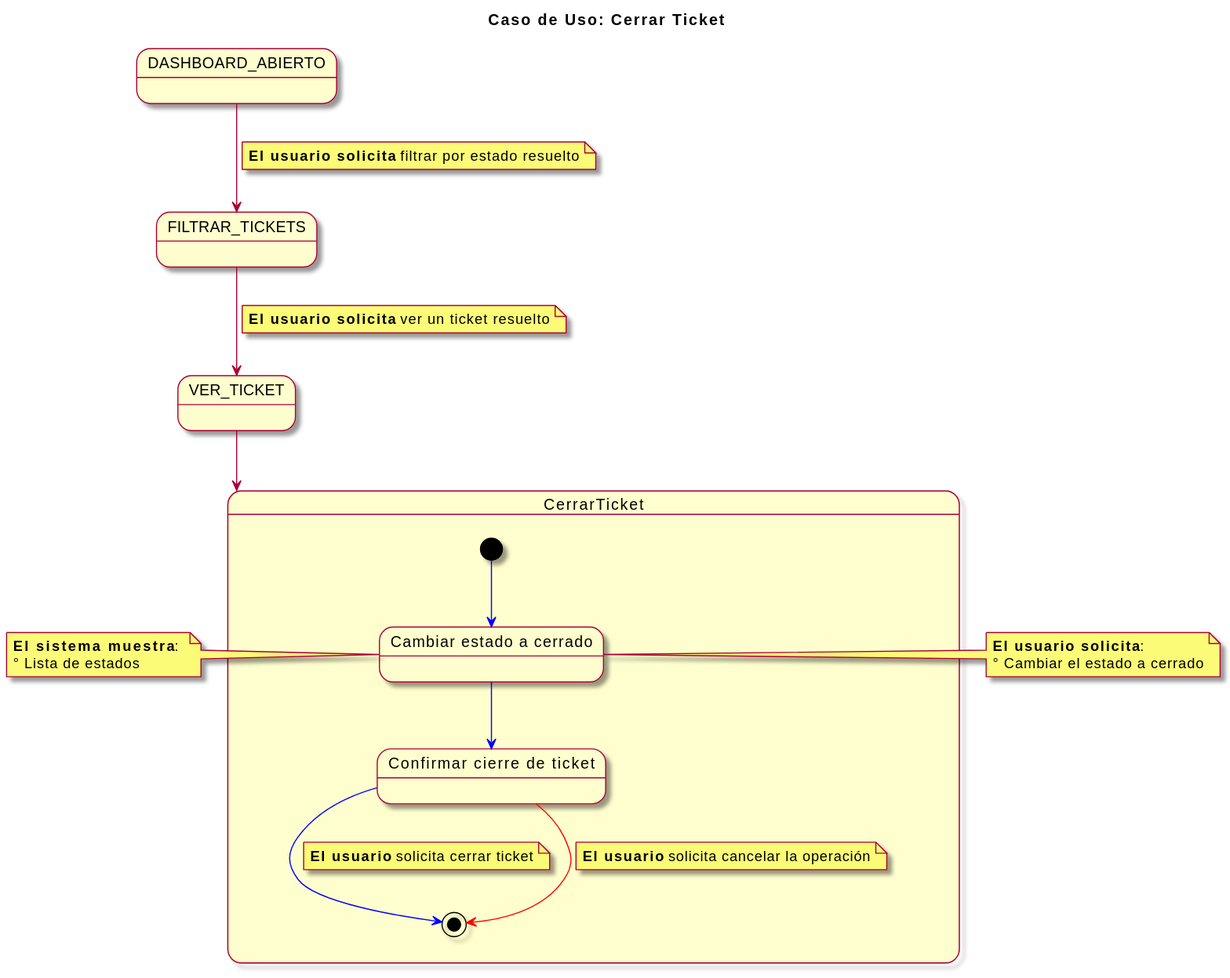
mmasias/23-24-IdSw1-SDR keeps this PlantUML diagram as imagenes/modelosUML/CDUCerrarTicket.svg. Above is the earlier version.
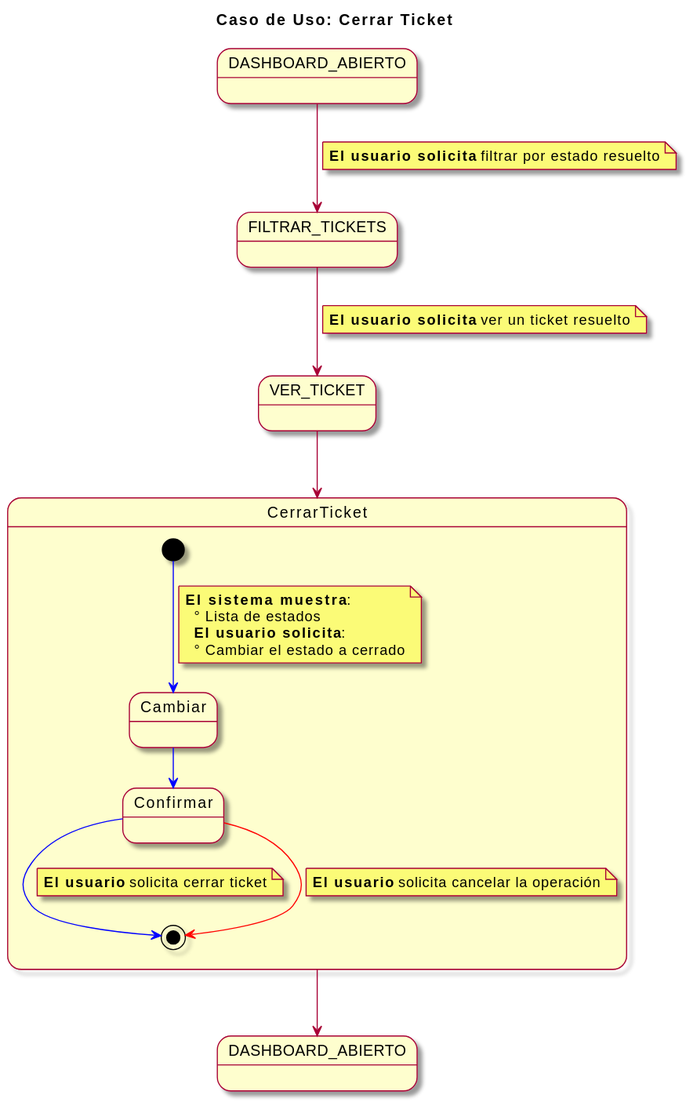
Above is the later version.

The edit, as a diff of the source:
```diff
@@ -5,34 +5,36 @@
 state DASHBOARD_ABIERTO
 state VER_TICKET
 state FILTRAR_TICKETS
+state "DASHBOARD_ABIERTO" as DASHBOARD_ABIERTO2
 
 DASHBOARD_ABIERTO --> FILTRAR_TICKETS
 note on link: **El usuario solicita** filtrar por estado resuelto
 FILTRAR_TICKETS --> VER_TICKET
 note on link: **El usuario solicita** ver un ticket resuelto
 VER_TICKET --> CerrarTicket
+CerrarTicket --> DASHBOARD_ABIERTO2
+
 
 state CerrarTicket {
 
   [*] -[#blue]-> ingresarVerTicket
-  state "Cambiar estado a cerrado" as ingresarVerTicket
+note on link
+**El sistema muestra**:
+  ° Lista de estados
+  **El usuario solicita**:
+  ° Cambiar el estado a cerrado
+end note
+  state "Cambiar" as ingresarVerTicket
   ingresarVerTicket -[#blue]-> confirmarCierre
-  state "Confirmar cierre de ticket" as confirmarCierre
+  state "Confirmar" as confirmarCierre
   confirmarCierre -[#blue]-> [*]
   note on link: **El usuario** solicita cerrar ticket
 
   confirmarCierre -[#red]-> [*]
   note on link: **El usuario** solicita cancelar la operación
 
+
+
+
 }
-
-note left of ingresarVerTicket
-  **El sistema muestra**:
-  ° Lista de estados
-end note
-
-note left of ingresarVerTicket
-  **El usuario solicita**:
-  ° Cambiar el estado a cerrado
-end note
 @enduml
```
